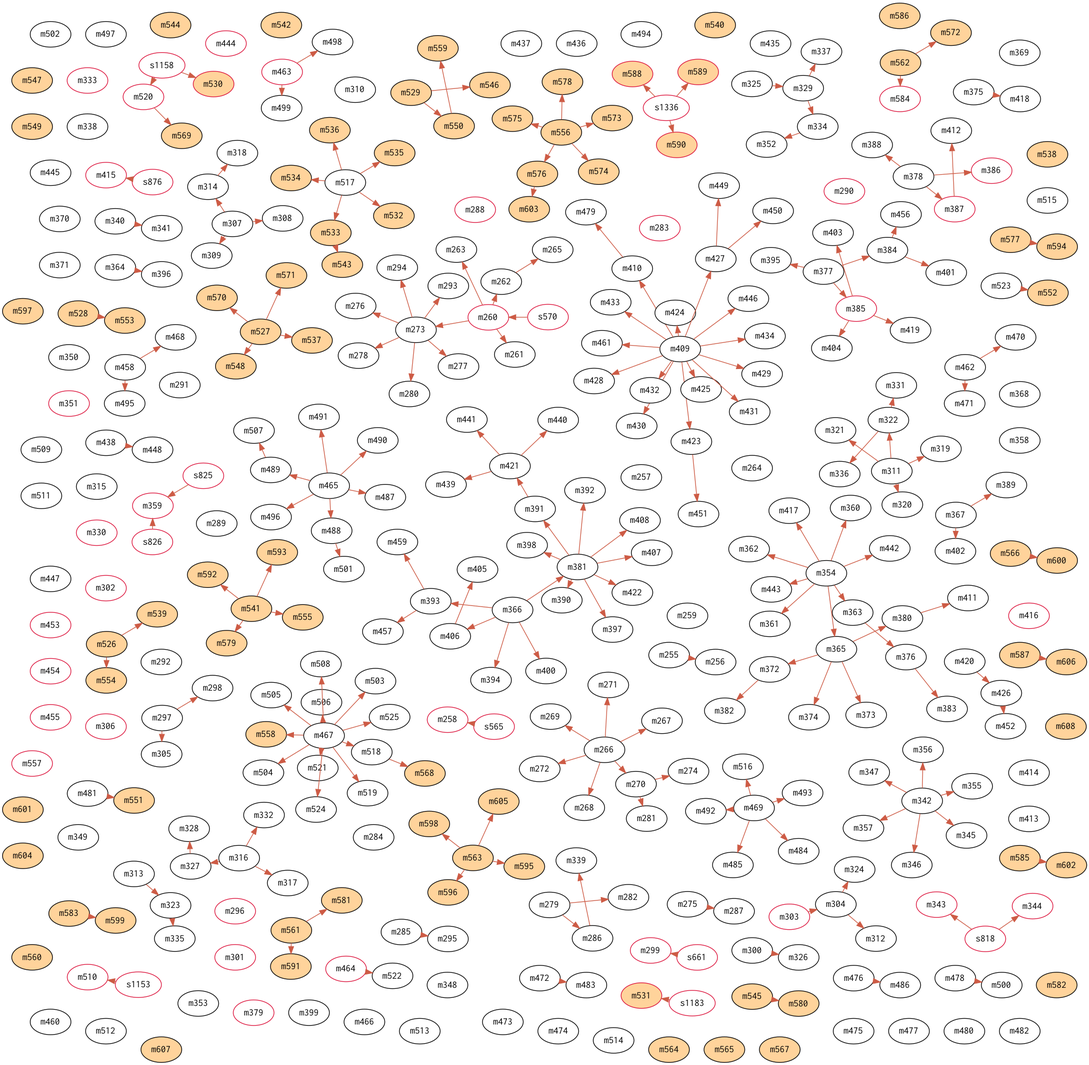
Earlier version of the Graphviz export report/matsue/infections.png (spiegel-im-spiegel/covid-2019-report). Its source is kept beside it as report/matsue/infections.dot.
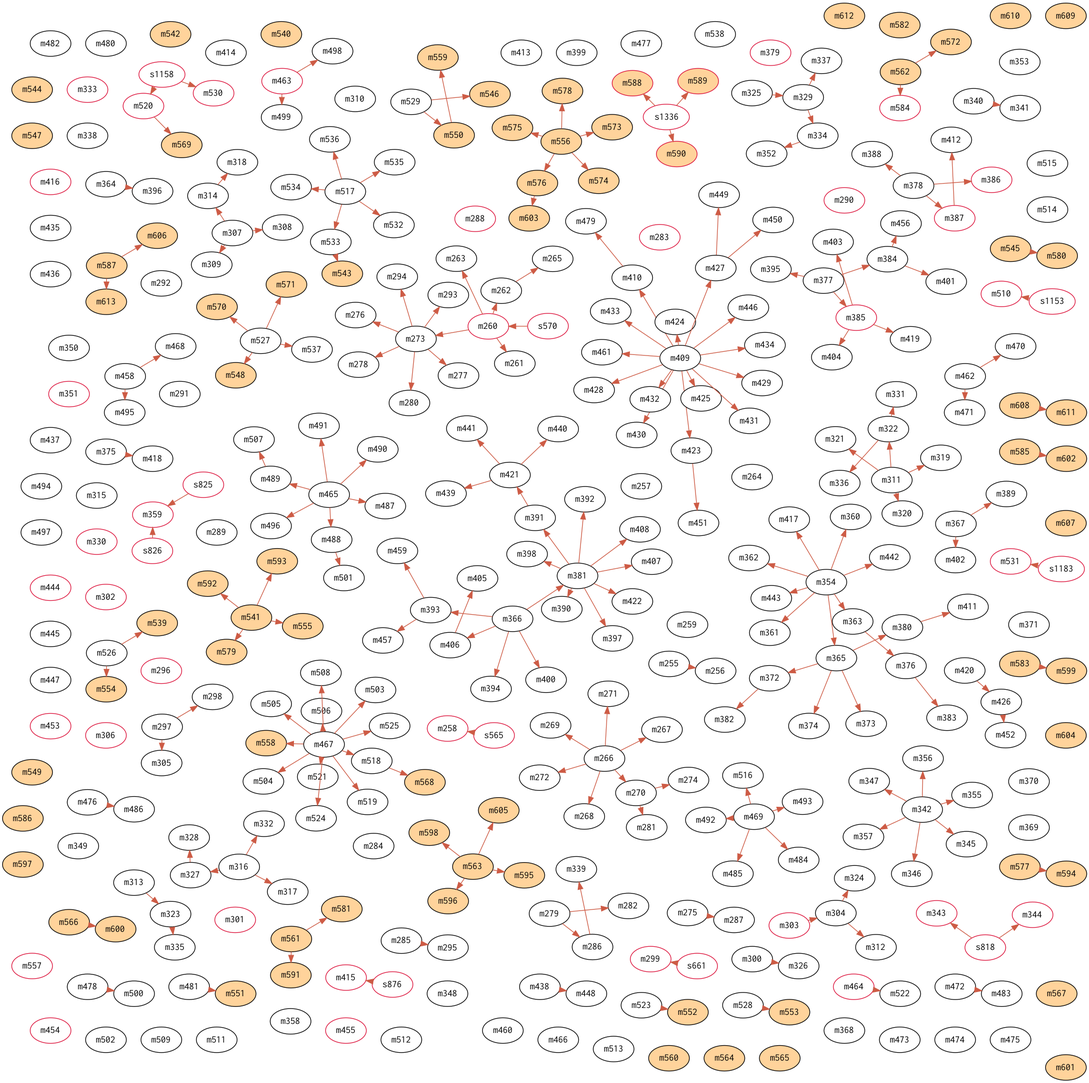
Later version of the same file.

What changed in the source:
```diff
@@ -284,19 +284,19 @@
 	m523;
 	m524;
 	m525;
-	m526[fillcolor=burlywood1];
-	m527[fillcolor=burlywood1];
-	m528[fillcolor=burlywood1];
-	m529[fillcolor=burlywood1];
-	m530[color=crimson,fillcolor=burlywood1];
-	m531[color=crimson,fillcolor=burlywood1];
-	m532[fillcolor=burlywood1];
-	m533[fillcolor=burlywood1];
-	m534[fillcolor=burlywood1];
-	m535[fillcolor=burlywood1];
-	m536[fillcolor=burlywood1];
-	m537[fillcolor=burlywood1];
-	m538[fillcolor=burlywood1];
+	m526;
+	m527;
+	m528;
+	m529;
+	m530[color=crimson];
+	m531[color=crimson];
+	m532;
+	m533;
+	m534;
+	m535;
+	m536;
+	m537;
+	m538;
 	m539[fillcolor=burlywood1];
 	m540[fillcolor=burlywood1];
 	m541[fillcolor=burlywood1];
@@ -367,6 +367,11 @@
 	m606[fillcolor=burlywood1];
 	m607[fillcolor=burlywood1];
 	m608[fillcolor=burlywood1];
+	m609[fillcolor=burlywood1];
+	m610[fillcolor=burlywood1];
+	m611[fillcolor=burlywood1];
+	m612[fillcolor=burlywood1];
+	m613[fillcolor=burlywood1];
 	s1153[color=crimson];
 	s1158[color=crimson];
 	s1183[color=crimson];
@@ -602,4 +607,6 @@
 	m576->m603;
 	m563->m605;
 	m587->m606;
+	m608->m611;
+	m587->m613;
 }
```
